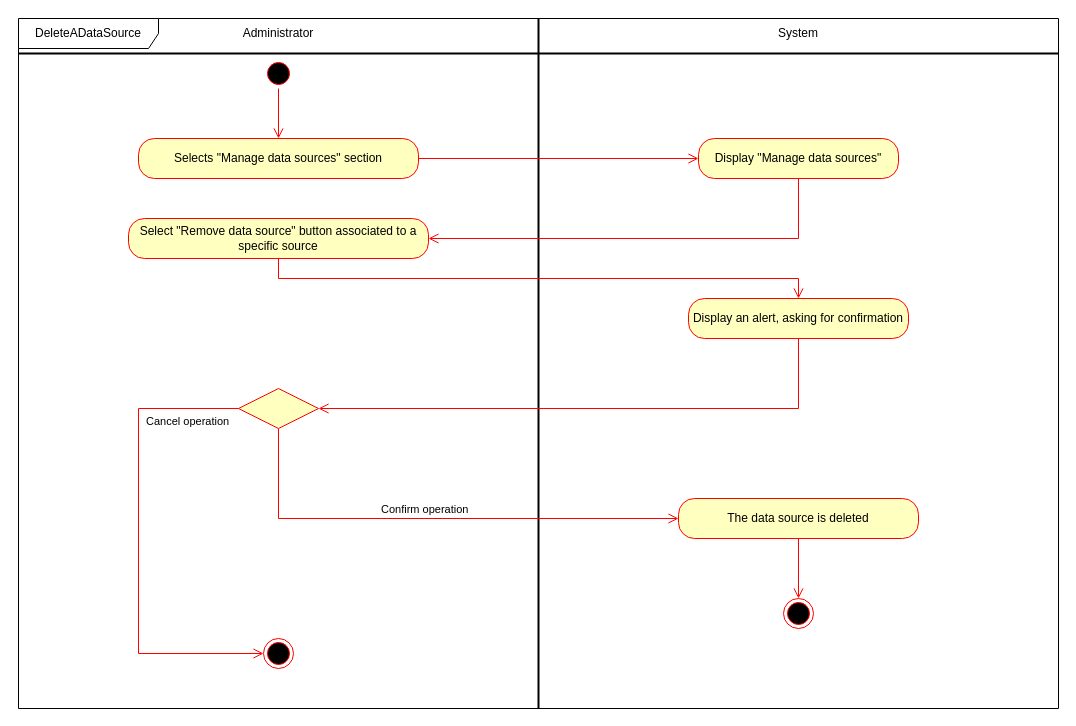
Earlier version of the draw.io diagram page "DeleteADataSource" (3 of 4) of Administrator.drawio (matteovisotto/SE2-CecchettoSirianiVisotto). Source tidied: cells renumbered, new cells numbered last; positions are measured from the earlier drawing's top-left corner, leaving out a move shared by most shapes. Both pictures are drawn from the tidied source at 100%, with x=0, y=0 at pixel (18, 18).
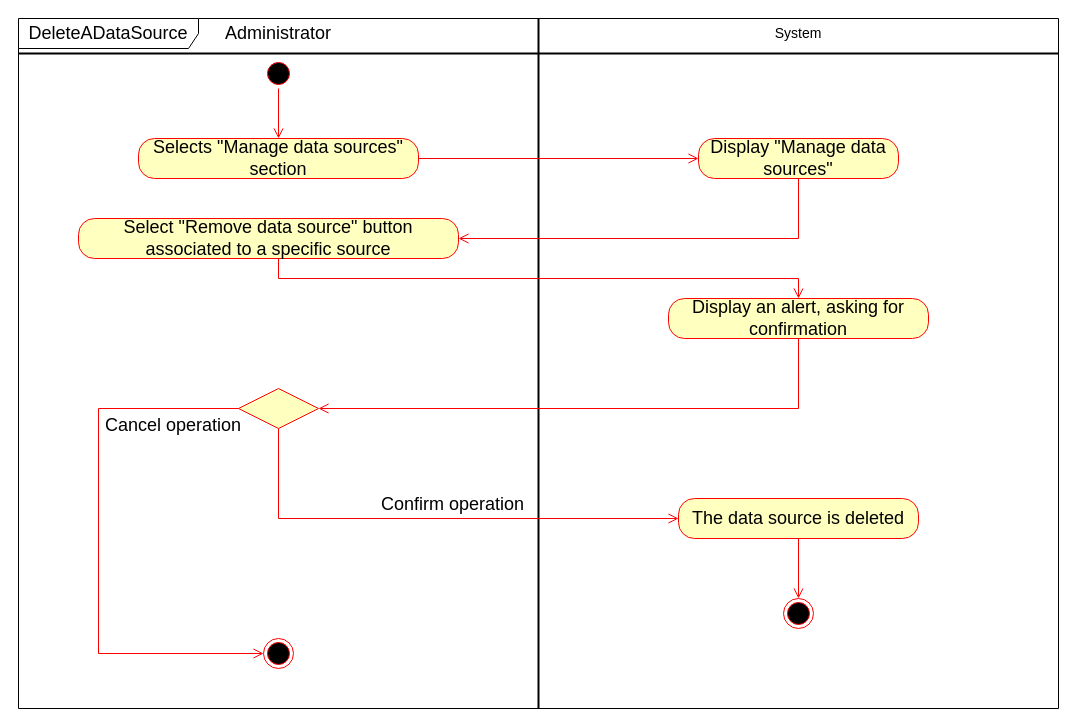
The same page after the edit.

The change refers to these unchanged cells:
```xml
<mxCell id="20" style="rhombus;whiteSpace=wrap;html=1;fillColor=#ffffc0;strokeColor=#ff0000;" parent="1" vertex="1">
  <mxGeometry x="220" y="370" width="80" height="40" as="geometry" />
</mxCell>
<mxCell id="23" style="ellipse;html=1;shape=endState;fillColor=#000000;strokeColor=#ff0000;" parent="1" vertex="1">
  <mxGeometry x="245" y="620" width="30" height="30" as="geometry" />
</mxCell>
```

Change to the diagram source:
```diff
@@
-    <mxCell id="2" value="DeleteADataSource" style="shape=umlFrame;whiteSpace=wrap;html=1;width=140;height=30;" parent="1" vertex="1">
+    <mxCell id="2" value="&lt;font style=&quot;font-size: 18px&quot;&gt;DeleteADataSource&lt;/font&gt;" style="shape=umlFrame;whiteSpace=wrap;html=1;width=180;height=30;" parent="1" vertex="1">
       <mxGeometry width="1040" height="690" as="geometry" />
     </mxCell>
@@
-    <mxCell id="7" value="Administrator" style="text;html=1;strokeColor=none;fillColor=none;align=center;verticalAlign=middle;whiteSpace=wrap;rounded=0;" parent="1" vertex="1">
+    <mxCell id="7" value="&lt;font style=&quot;font-size: 18px&quot;&gt;Administrator&lt;/font&gt;" style="text;html=1;strokeColor=none;fillColor=none;align=center;verticalAlign=middle;whiteSpace=wrap;rounded=0;" parent="1" vertex="1">
       <mxGeometry x="205" width="110" height="30" as="geometry" />
     </mxCell>
-    <mxCell id="8" value="System" style="text;html=1;strokeColor=none;fillColor=none;align=center;verticalAlign=middle;whiteSpace=wrap;rounded=0;" parent="1" vertex="1">
+    <mxCell id="8" value="&lt;font style=&quot;font-size: 14px&quot;&gt;System&lt;/font&gt;" style="text;html=1;strokeColor=none;fillColor=none;align=center;verticalAlign=middle;whiteSpace=wrap;rounded=0;" parent="1" vertex="1">
       <mxGeometry x="750" width="60" height="30" as="geometry" />
     </mxCell>
-    <mxCell id="9" value="Selects &quot;Manage data sources&quot; section" style="rounded=1;whiteSpace=wrap;html=1;arcSize=40;fontColor=#000000;fillColor=#ffffc0;strokeColor=#ff0000;" parent="1" vertex="1">
+    <mxCell id="9" value="&lt;font style=&quot;font-size: 18px&quot;&gt;Selects &quot;Manage data sources&quot; section&lt;/font&gt;" style="rounded=1;whiteSpace=wrap;html=1;arcSize=40;fontColor=#000000;fillColor=#ffffc0;strokeColor=#ff0000;" parent="1" vertex="1">
       <mxGeometry x="120" y="120" width="280" height="40" as="geometry" />
     </mxCell>
@@
-    <mxCell id="11" value="Display &quot;Manage data sources&quot;" style="rounded=1;whiteSpace=wrap;html=1;arcSize=40;fontColor=#000000;fillColor=#ffffc0;strokeColor=#ff0000;" parent="1" vertex="1">
+    <mxCell id="11" value="&lt;font style=&quot;font-size: 18px&quot;&gt;Display &quot;Manage data sources&quot;&lt;/font&gt;" style="rounded=1;whiteSpace=wrap;html=1;arcSize=40;fontColor=#000000;fillColor=#ffffc0;strokeColor=#ff0000;" parent="1" vertex="1">
       <mxGeometry x="680" y="120" width="200" height="40" as="geometry" />
     </mxCell>
@@
-    <mxCell id="13" value="The data source is deleted" style="rounded=1;whiteSpace=wrap;html=1;arcSize=40;fontColor=#000000;fillColor=#ffffc0;strokeColor=#ff0000;" parent="1" vertex="1">
+    <mxCell id="13" value="&lt;font style=&quot;font-size: 18px&quot;&gt;The data source is deleted&lt;/font&gt;" style="rounded=1;whiteSpace=wrap;html=1;arcSize=40;fontColor=#000000;fillColor=#ffffc0;strokeColor=#ff0000;" parent="1" vertex="1">
       <mxGeometry x="660" y="480" width="240" height="40" as="geometry" />
     </mxCell>
@@
-    <mxCell id="15" value="Select &quot;Remove data source&quot; button associated to a specific source" style="rounded=1;whiteSpace=wrap;html=1;arcSize=40;fontColor=#000000;fillColor=#ffffc0;strokeColor=#ff0000;" parent="1" vertex="1">
-      <mxGeometry x="110" y="200" width="300" height="40" as="geometry" />
+    <mxCell id="15" value="&lt;font style=&quot;font-size: 18px&quot;&gt;Select &quot;Remove data source&quot; button associated to a specific source&lt;/font&gt;" style="rounded=1;whiteSpace=wrap;html=1;arcSize=40;fontColor=#000000;fillColor=#ffffc0;strokeColor=#ff0000;" parent="1" vertex="1">
+      <mxGeometry x="60" y="200" width="380" height="40" as="geometry" />
     </mxCell>
@@
-    <mxCell id="17" value="Display an alert, asking for confirmation" style="rounded=1;whiteSpace=wrap;html=1;arcSize=40;fontColor=#000000;fillColor=#ffffc0;strokeColor=#ff0000;" parent="1" vertex="1">
-      <mxGeometry x="670" y="280" width="220" height="40" as="geometry" />
+    <mxCell id="17" value="&lt;font style=&quot;font-size: 18px&quot;&gt;Display an alert, asking for confirmation&lt;/font&gt;" style="rounded=1;whiteSpace=wrap;html=1;arcSize=40;fontColor=#000000;fillColor=#ffffc0;strokeColor=#ff0000;" parent="1" vertex="1">
+      <mxGeometry x="650" y="280" width="260" height="40" as="geometry" />
     </mxCell>
@@
-    <mxCell id="21" value="Confirm operation" style="edgeStyle=orthogonalEdgeStyle;html=1;align=left;verticalAlign=bottom;endArrow=open;endSize=8;strokeColor=#ff0000;rounded=0;" parent="1" edge="1" source="20" target="13">
+    <mxCell id="21" value="&lt;font style=&quot;font-size: 18px&quot;&gt;Confirm operation&lt;/font&gt;" style="edgeStyle=orthogonalEdgeStyle;html=1;align=left;verticalAlign=bottom;endArrow=open;endSize=8;strokeColor=#ff0000;rounded=0;" parent="1" edge="1" source="20" target="13">
       <mxGeometry x="-0.22" relative="1" as="geometry">
         <Array as="points">
           <mxPoint x="260" y="500" />
         </Array>
       </mxGeometry>
     </mxCell>
-    <mxCell id="22" value="Cancel operation" style="edgeStyle=orthogonalEdgeStyle;html=1;align=left;verticalAlign=top;endArrow=open;endSize=8;strokeColor=#ff0000;rounded=0;" parent="1" edge="1" source="20" target="23">
-      <mxGeometry x="-0.6" relative="1" as="geometry">
+    <mxCell id="22" value="&lt;font style=&quot;font-size: 18px&quot;&gt;Cancel operation&lt;/font&gt;" style="edgeStyle=orthogonalEdgeStyle;html=1;align=left;verticalAlign=top;endArrow=open;endSize=8;strokeColor=#ff0000;rounded=0;" parent="1" edge="1" source="20" target="23">
+      <mxGeometry x="-0.51" relative="1" as="geometry">
         <Array as="points">
-          <mxPoint x="120" y="390" />
-          <mxPoint x="120" y="635" />
+          <mxPoint x="80" y="390" />
+          <mxPoint x="80" y="635" />
         </Array>
       </mxGeometry>
     </mxCell>
```
